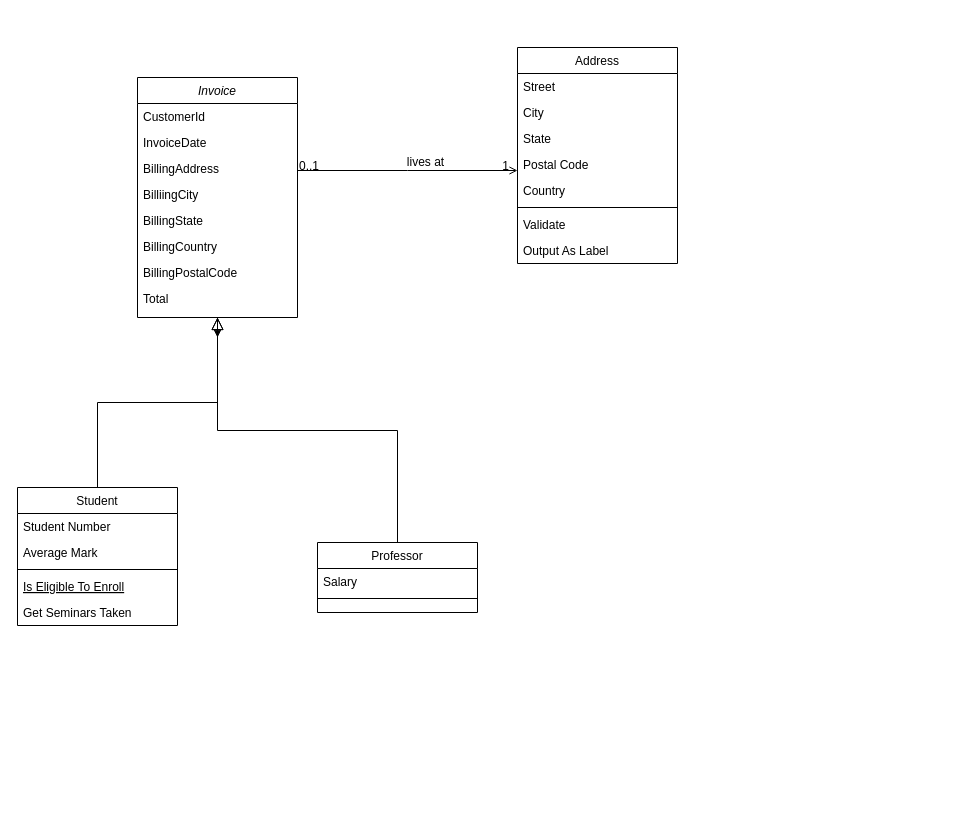
Before: Chinook/Untitled Diagram.drawio in andrepegoraro/analytics-engineering, a draw.io diagram. Source tidied: cells renumbered, new cells numbered last; positions are measured from the earlier drawing's top-left corner, leaving out a move shared by most shapes. Both pictures are drawn from the tidied source at 100%, with x=0, y=0 at pixel (17, 47).
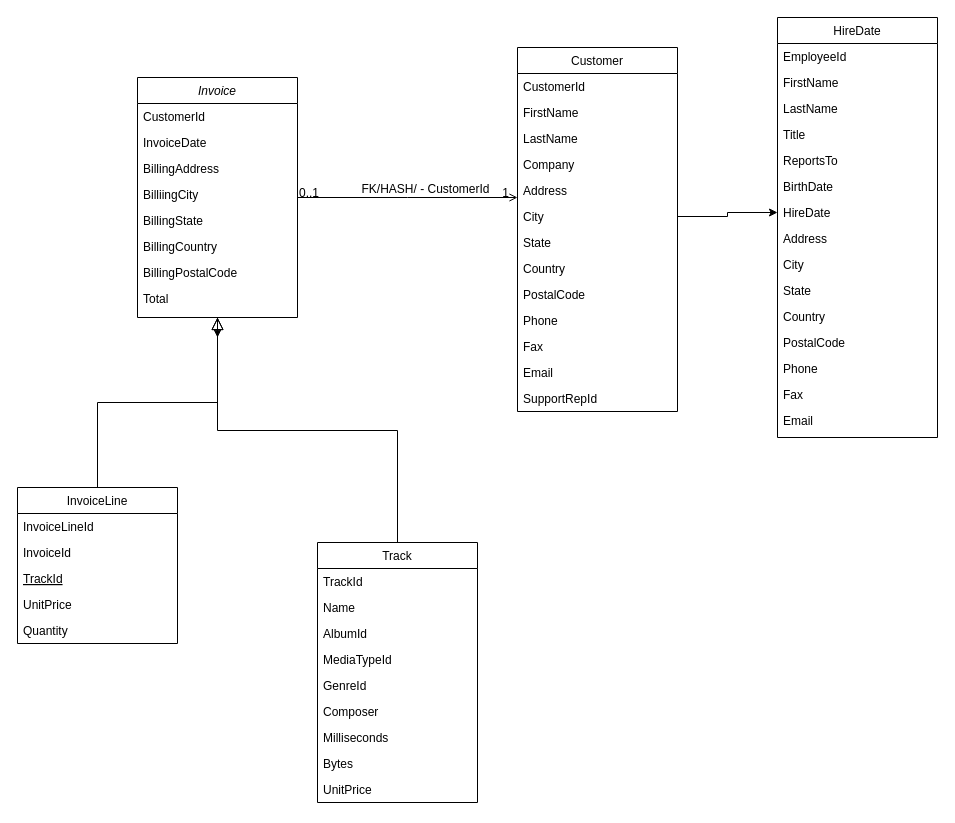
Above is the later version.

The change refers to these unchanged cells:
```xml
<mxCell id="32" style="endArrow=open;shadow=0;strokeWidth=1;rounded=0;endFill=1;edgeStyle=elbowEdgeStyle;elbow=vertical;" parent="1" edge="1" source="3" target="23">
  <mxGeometry x="0.5" y="41" relative="1" as="geometry">
    <mxPoint x="-40" y="32" as="offset" />
  </mxGeometry>
</mxCell>
```

What changed in the source:
```diff
@@
-    <mxCell id="12" value="Student" style="swimlane;fontStyle=0;align=center;verticalAlign=top;horizontal=1;startSize=26;rounded=0;shadow=0;strokeWidth=1;" parent="1" vertex="1">
-      <mxGeometry y="440" width="160" height="138" as="geometry" />
+    <mxCell id="12" value="InvoiceLine" style="swimlane;fontStyle=0;align=center;verticalAlign=top;horizontal=1;startSize=26;rounded=0;shadow=0;strokeWidth=1;" parent="1" vertex="1">
+      <mxGeometry y="440" width="160" height="156" as="geometry" />
     </mxCell>
-    <mxCell id="13" value="Student Number" style="text;align=left;verticalAlign=top;spacingLeft=4;spacingRight=4;overflow=hidden;" parent="12" vertex="1">
+    <mxCell id="13" value="InvoiceLineId" style="text;align=left;verticalAlign=top;spacingLeft=4;spacingRight=4;overflow=hidden;" parent="12" vertex="1">
       <mxGeometry y="26" width="160" height="26" as="geometry" />
     </mxCell>
-    <mxCell id="14" value="Average Mark" style="text;align=left;verticalAlign=top;spacingLeft=4;spacingRight=4;overflow=hidden;rounded=0;shadow=0;html=0;" parent="12" vertex="1">
+    <mxCell id="14" value="InvoiceId" style="text;align=left;verticalAlign=top;spacingLeft=4;spacingRight=4;overflow=hidden;rounded=0;shadow=0;html=0;" parent="12" vertex="1">
       <mxGeometry y="52" width="160" height="26" as="geometry" />
     </mxCell>
-    <mxCell id="15" style="line;html=1;strokeWidth=1;align=left;verticalAlign=middle;spacingTop=-1;spacingLeft=3;spacingRight=3;labelPosition=right;" parent="12" vertex="1">
-      <mxGeometry y="78" width="160" height="8" as="geometry" />
-    </mxCell>
-    <mxCell id="16" value="Is Eligible To Enroll" style="text;align=left;verticalAlign=top;spacingLeft=4;spacingRight=4;overflow=hidden;fontStyle=4;" parent="12" vertex="1">
-      <mxGeometry y="86" width="160" height="26" as="geometry" />
+    <mxCell id="16" value="TrackId" style="text;align=left;verticalAlign=top;spacingLeft=4;spacingRight=4;overflow=hidden;fontStyle=4;" parent="12" vertex="1">
+      <mxGeometry y="78" width="160" height="26" as="geometry" />
     </mxCell>
-    <mxCell id="17" value="Get Seminars Taken" style="text;align=left;verticalAlign=top;spacingLeft=4;spacingRight=4;overflow=hidden;" parent="12" vertex="1">
-      <mxGeometry y="112" width="160" height="26" as="geometry" />
+    <mxCell id="17" value="UnitPrice" style="text;align=left;verticalAlign=top;spacingLeft=4;spacingRight=4;overflow=hidden;" parent="12" vertex="1">
+      <mxGeometry y="104" width="160" height="26" as="geometry" />
     </mxCell>
+    <mxCell id="36" value="Quantity" style="text;align=left;verticalAlign=top;spacingLeft=4;spacingRight=4;overflow=hidden;" parent="12" vertex="1">
+      <mxGeometry y="130" width="160" height="26" as="geometry" />
+    </mxCell>
@@
-    <mxCell id="19" value="Professor" style="swimlane;fontStyle=0;align=center;verticalAlign=top;horizontal=1;startSize=26;rounded=0;shadow=0;strokeWidth=1;" parent="1" vertex="1">
-      <mxGeometry x="300" y="495" width="160" height="70" as="geometry" />
+    <mxCell id="19" value="Track" style="swimlane;fontStyle=0;align=center;verticalAlign=top;horizontal=1;startSize=26;rounded=0;shadow=0;strokeWidth=1;" parent="1" vertex="1">
+      <mxGeometry x="300" y="495" width="160" height="260" as="geometry" />
     </mxCell>
-    <mxCell id="20" value="Salary" style="text;align=left;verticalAlign=top;spacingLeft=4;spacingRight=4;overflow=hidden;" parent="19" vertex="1">
+    <mxCell id="20" value="TrackId" style="text;align=left;verticalAlign=top;spacingLeft=4;spacingRight=4;overflow=hidden;" parent="19" vertex="1">
       <mxGeometry y="26" width="160" height="26" as="geometry" />
     </mxCell>
-    <mxCell id="21" style="line;html=1;strokeWidth=1;align=left;verticalAlign=middle;spacingTop=-1;spacingLeft=3;spacingRight=3;labelPosition=right;" parent="19" vertex="1">
-      <mxGeometry y="52" width="160" height="8" as="geometry" />
-    </mxCell>
+    <mxCell id="37" value="Name" style="text;align=left;verticalAlign=top;spacingLeft=4;spacingRight=4;overflow=hidden;" parent="19" vertex="1">
+      <mxGeometry y="52" width="160" height="26" as="geometry" />
+    </mxCell>
+    <mxCell id="38" value="AlbumId" style="text;align=left;verticalAlign=top;spacingLeft=4;spacingRight=4;overflow=hidden;" parent="19" vertex="1">
+      <mxGeometry y="78" width="160" height="26" as="geometry" />
+    </mxCell>
+    <mxCell id="39" value="MediaTypeId" style="text;align=left;verticalAlign=top;spacingLeft=4;spacingRight=4;overflow=hidden;" parent="19" vertex="1">
+      <mxGeometry y="104" width="160" height="26" as="geometry" />
+    </mxCell>
+    <mxCell id="40" value="GenreId" style="text;align=left;verticalAlign=top;spacingLeft=4;spacingRight=4;overflow=hidden;" parent="19" vertex="1">
+      <mxGeometry y="130" width="160" height="26" as="geometry" />
+    </mxCell>
+    <mxCell id="41" value="Composer" style="text;align=left;verticalAlign=top;spacingLeft=4;spacingRight=4;overflow=hidden;" parent="19" vertex="1">
+      <mxGeometry y="156" width="160" height="26" as="geometry" />
+    </mxCell>
+    <mxCell id="42" value="Milliseconds&#10;" style="text;align=left;verticalAlign=top;spacingLeft=4;spacingRight=4;overflow=hidden;" parent="19" vertex="1">
+      <mxGeometry y="182" width="160" height="26" as="geometry" />
+    </mxCell>
+    <mxCell id="43" value="Bytes" style="text;align=left;verticalAlign=top;spacingLeft=4;spacingRight=4;overflow=hidden;" parent="19" vertex="1">
+      <mxGeometry y="208" width="160" height="26" as="geometry" />
+    </mxCell>
+    <mxCell id="44" value="UnitPrice" style="text;align=left;verticalAlign=top;spacingLeft=4;spacingRight=4;overflow=hidden;" parent="19" vertex="1">
+      <mxGeometry y="234" width="160" height="26" as="geometry" />
+    </mxCell>
@@
-    <mxCell id="23" value="Address" style="swimlane;fontStyle=0;align=center;verticalAlign=top;horizontal=1;startSize=26;rounded=0;shadow=0;strokeWidth=1;" parent="1" vertex="1">
-      <mxGeometry x="500" width="160" height="216" as="geometry" />
+    <mxCell id="23" value="Customer" style="swimlane;fontStyle=0;align=center;verticalAlign=top;horizontal=1;startSize=26;rounded=0;shadow=0;strokeWidth=1;" parent="1" vertex="1">
+      <mxGeometry x="500" width="160" height="364" as="geometry" />
     </mxCell>
-    <mxCell id="24" value="Street" style="text;align=left;verticalAlign=top;spacingLeft=4;spacingRight=4;overflow=hidden;" parent="23" vertex="1">
+    <mxCell id="24" value="CustomerId" style="text;align=left;verticalAlign=top;spacingLeft=4;spacingRight=4;overflow=hidden;" parent="23" vertex="1">
       <mxGeometry y="26" width="160" height="26" as="geometry" />
     </mxCell>
-    <mxCell id="25" value="City" style="text;align=left;verticalAlign=top;spacingLeft=4;spacingRight=4;overflow=hidden;rounded=0;shadow=0;html=0;" parent="23" vertex="1">
+    <mxCell id="25" value="FirstName" style="text;align=left;verticalAlign=top;spacingLeft=4;spacingRight=4;overflow=hidden;rounded=0;shadow=0;html=0;" parent="23" vertex="1">
       <mxGeometry y="52" width="160" height="26" as="geometry" />
     </mxCell>
-    <mxCell id="26" value="State" style="text;align=left;verticalAlign=top;spacingLeft=4;spacingRight=4;overflow=hidden;rounded=0;shadow=0;html=0;" parent="23" vertex="1">
+    <mxCell id="26" value="LastName" style="text;align=left;verticalAlign=top;spacingLeft=4;spacingRight=4;overflow=hidden;rounded=0;shadow=0;html=0;" parent="23" vertex="1">
       <mxGeometry y="78" width="160" height="26" as="geometry" />
     </mxCell>
-    <mxCell id="27" value="Postal Code" style="text;align=left;verticalAlign=top;spacingLeft=4;spacingRight=4;overflow=hidden;rounded=0;shadow=0;html=0;" parent="23" vertex="1">
+    <mxCell id="27" value="Company" style="text;align=left;verticalAlign=top;spacingLeft=4;spacingRight=4;overflow=hidden;rounded=0;shadow=0;html=0;" parent="23" vertex="1">
       <mxGeometry y="104" width="160" height="26" as="geometry" />
     </mxCell>
-    <mxCell id="28" value="Country" style="text;align=left;verticalAlign=top;spacingLeft=4;spacingRight=4;overflow=hidden;rounded=0;shadow=0;html=0;" parent="23" vertex="1">
+    <mxCell id="28" value="Address" style="text;align=left;verticalAlign=top;spacingLeft=4;spacingRight=4;overflow=hidden;rounded=0;shadow=0;html=0;" parent="23" vertex="1">
       <mxGeometry y="130" width="160" height="26" as="geometry" />
     </mxCell>
-    <mxCell id="29" style="line;html=1;strokeWidth=1;align=left;verticalAlign=middle;spacingTop=-1;spacingLeft=3;spacingRight=3;labelPosition=right;" parent="23" vertex="1">
-      <mxGeometry y="156" width="160" height="8" as="geometry" />
-    </mxCell>
-    <mxCell id="30" value="Validate" style="text;align=left;verticalAlign=top;spacingLeft=4;spacingRight=4;overflow=hidden;points=[[0,0.5],[1,0.5]];portConstraint=eastwest;" parent="23" vertex="1">
-      <mxGeometry y="164" width="160" height="26" as="geometry" />
+    <mxCell id="30" value="City" style="text;align=left;verticalAlign=top;spacingLeft=4;spacingRight=4;overflow=hidden;points=[[0,0.5],[1,0.5]];portConstraint=eastwest;" parent="23" vertex="1">
+      <mxGeometry y="156" width="160" height="26" as="geometry" />
     </mxCell>
-    <mxCell id="31" value="Output As Label" style="text;align=left;verticalAlign=top;spacingLeft=4;spacingRight=4;overflow=hidden;" parent="23" vertex="1">
-      <mxGeometry y="190" width="160" height="26" as="geometry" />
+    <mxCell id="31" value="State" style="text;align=left;verticalAlign=top;spacingLeft=4;spacingRight=4;overflow=hidden;" parent="23" vertex="1">
+      <mxGeometry y="182" width="160" height="26" as="geometry" />
     </mxCell>
+    <mxCell id="45" value="Country" style="text;align=left;verticalAlign=top;spacingLeft=4;spacingRight=4;overflow=hidden;" parent="23" vertex="1">
+      <mxGeometry y="208" width="160" height="26" as="geometry" />
+    </mxCell>
+    <mxCell id="46" value="PostalCode" style="text;align=left;verticalAlign=top;spacingLeft=4;spacingRight=4;overflow=hidden;" parent="23" vertex="1">
+      <mxGeometry y="234" width="160" height="26" as="geometry" />
+    </mxCell>
+    <mxCell id="47" value="Phone" style="text;align=left;verticalAlign=top;spacingLeft=4;spacingRight=4;overflow=hidden;" parent="23" vertex="1">
+      <mxGeometry y="260" width="160" height="26" as="geometry" />
+    </mxCell>
+    <mxCell id="48" value="Fax" style="text;align=left;verticalAlign=top;spacingLeft=4;spacingRight=4;overflow=hidden;" parent="23" vertex="1">
+      <mxGeometry y="286" width="160" height="26" as="geometry" />
+    </mxCell>
+    <mxCell id="49" value="Email" style="text;align=left;verticalAlign=top;spacingLeft=4;spacingRight=4;overflow=hidden;" parent="23" vertex="1">
+      <mxGeometry y="312" width="160" height="26" as="geometry" />
+    </mxCell>
+    <mxCell id="50" value="SupportRepId" style="text;align=left;verticalAlign=top;spacingLeft=4;spacingRight=4;overflow=hidden;" parent="23" vertex="1">
+      <mxGeometry y="338" width="160" height="26" as="geometry" />
+    </mxCell>
@@
-    <mxCell id="35" value="lives at" style="text;html=1;align=center;verticalAlign=middle;labelBackgroundColor=none;rounded=0;shadow=0;strokeWidth=1;fontSize=12;" parent="32" vertex="1">
+    <mxCell id="35" value="FK/HASH/ - CustomerId" style="text;html=1;align=center;verticalAlign=middle;labelBackgroundColor=none;rounded=0;shadow=0;strokeWidth=1;fontSize=12;" parent="32" vertex="1">
       <mxGeometry x="0.5" y="49" relative="1" as="geometry">
         <mxPoint x="-38" y="40" as="offset" />
       </mxGeometry>
     </mxCell>
+    <mxCell id="51" value="HireDate" style="swimlane;fontStyle=0;align=center;verticalAlign=top;horizontal=1;startSize=26;rounded=0;shadow=0;strokeWidth=1;" parent="1" vertex="1">
+      <mxGeometry x="760" y="-30" width="160" height="420" as="geometry" />
+    </mxCell>
+    <mxCell id="52" value="EmployeeId" style="text;align=left;verticalAlign=top;spacingLeft=4;spacingRight=4;overflow=hidden;" parent="51" vertex="1">
+      <mxGeometry y="26" width="160" height="26" as="geometry" />
+    </mxCell>
+    <mxCell id="53" value="FirstName" style="text;align=left;verticalAlign=top;spacingLeft=4;spacingRight=4;overflow=hidden;rounded=0;shadow=0;html=0;" parent="51" vertex="1">
+      <mxGeometry y="52" width="160" height="26" as="geometry" />
+    </mxCell>
+    <mxCell id="54" value="LastName" style="text;align=left;verticalAlign=top;spacingLeft=4;spacingRight=4;overflow=hidden;rounded=0;shadow=0;html=0;" parent="51" vertex="1">
+      <mxGeometry y="78" width="160" height="26" as="geometry" />
+    </mxCell>
+    <mxCell id="55" value="Title" style="text;align=left;verticalAlign=top;spacingLeft=4;spacingRight=4;overflow=hidden;rounded=0;shadow=0;html=0;" parent="51" vertex="1">
+      <mxGeometry y="104" width="160" height="26" as="geometry" />
+    </mxCell>
+    <mxCell id="56" value="ReportsTo&#10;" style="text;align=left;verticalAlign=top;spacingLeft=4;spacingRight=4;overflow=hidden;rounded=0;shadow=0;html=0;" parent="51" vertex="1">
+      <mxGeometry y="130" width="160" height="26" as="geometry" />
+    </mxCell>
+    <mxCell id="57" value="BirthDate" style="text;align=left;verticalAlign=top;spacingLeft=4;spacingRight=4;overflow=hidden;" parent="51" vertex="1">
+      <mxGeometry y="156" width="160" height="26" as="geometry" />
+    </mxCell>
+    <mxCell id="58" value="HireDate" style="text;align=left;verticalAlign=top;spacingLeft=4;spacingRight=4;overflow=hidden;points=[[0,0.5],[1,0.5]];portConstraint=eastwest;" parent="51" vertex="1">
+      <mxGeometry y="182" width="160" height="26" as="geometry" />
+    </mxCell>
+    <mxCell id="59" value="Address" style="text;align=left;verticalAlign=top;spacingLeft=4;spacingRight=4;overflow=hidden;rounded=0;shadow=0;html=0;" parent="51" vertex="1">
+      <mxGeometry y="208" width="160" height="26" as="geometry" />
+    </mxCell>
+    <mxCell id="60" value="City" style="text;align=left;verticalAlign=top;spacingLeft=4;spacingRight=4;overflow=hidden;" parent="51" vertex="1">
+      <mxGeometry y="234" width="160" height="26" as="geometry" />
+    </mxCell>
+    <mxCell id="61" value="State" style="text;align=left;verticalAlign=top;spacingLeft=4;spacingRight=4;overflow=hidden;" parent="51" vertex="1">
+      <mxGeometry y="260" width="160" height="26" as="geometry" />
+    </mxCell>
+    <mxCell id="62" value="Country" style="text;align=left;verticalAlign=top;spacingLeft=4;spacingRight=4;overflow=hidden;" parent="51" vertex="1">
+      <mxGeometry y="286" width="160" height="26" as="geometry" />
+    </mxCell>
+    <mxCell id="63" value="PostalCode" style="text;align=left;verticalAlign=top;spacingLeft=4;spacingRight=4;overflow=hidden;" parent="51" vertex="1">
+      <mxGeometry y="312" width="160" height="26" as="geometry" />
+    </mxCell>
+    <mxCell id="64" value="Phone" style="text;align=left;verticalAlign=top;spacingLeft=4;spacingRight=4;overflow=hidden;" parent="51" vertex="1">
+      <mxGeometry y="338" width="160" height="26" as="geometry" />
+    </mxCell>
+    <mxCell id="65" value="Fax" style="text;align=left;verticalAlign=top;spacingLeft=4;spacingRight=4;overflow=hidden;" parent="51" vertex="1">
+      <mxGeometry y="364" width="160" height="26" as="geometry" />
+    </mxCell>
+    <mxCell id="66" value="Email" style="text;align=left;verticalAlign=top;spacingLeft=4;spacingRight=4;overflow=hidden;" parent="51" vertex="1">
+      <mxGeometry y="390" width="160" height="26" as="geometry" />
+    </mxCell>
+    <mxCell id="67" style="edgeStyle=orthogonalEdgeStyle;rounded=0;jettySize=auto;html=1;exitX=1;exitY=0.5;exitDx=0;exitDy=0;entryX=0;entryY=0.5;entryDx=0;entryDy=0;" parent="1" edge="1" source="30" target="58">
+      <mxGeometry relative="1" as="geometry" />
+    </mxCell>
```
